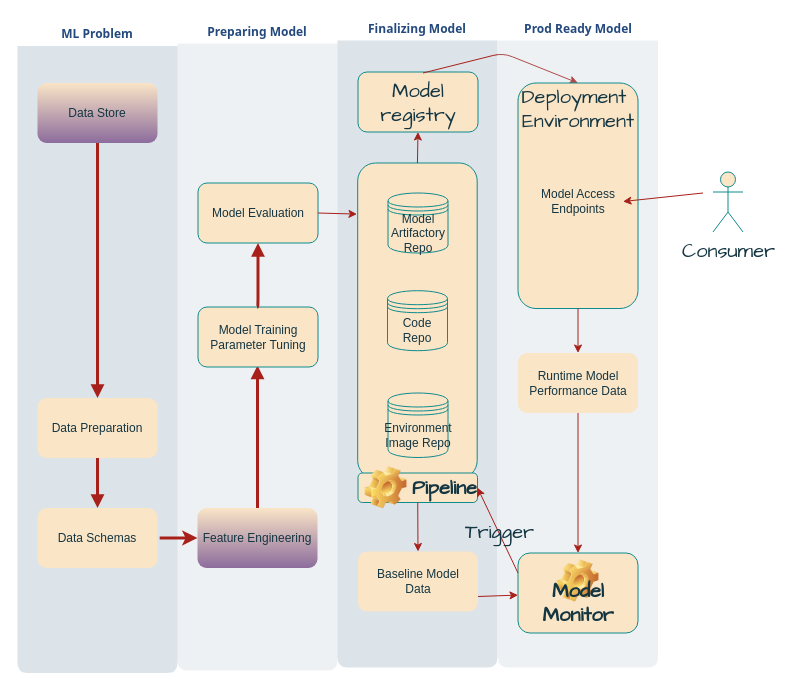
This is Untitled Diagram.drawio from SivaDorai/MLExperiments, a draw.io file, before an edit. Source tidied: cells renumbered, new cells numbered last; positions are measured from the earlier drawing's top-left corner, leaving out a move shared by most shapes. Both pictures are drawn from the tidied source at 100%, with x=0, y=0 at pixel (17, 17).
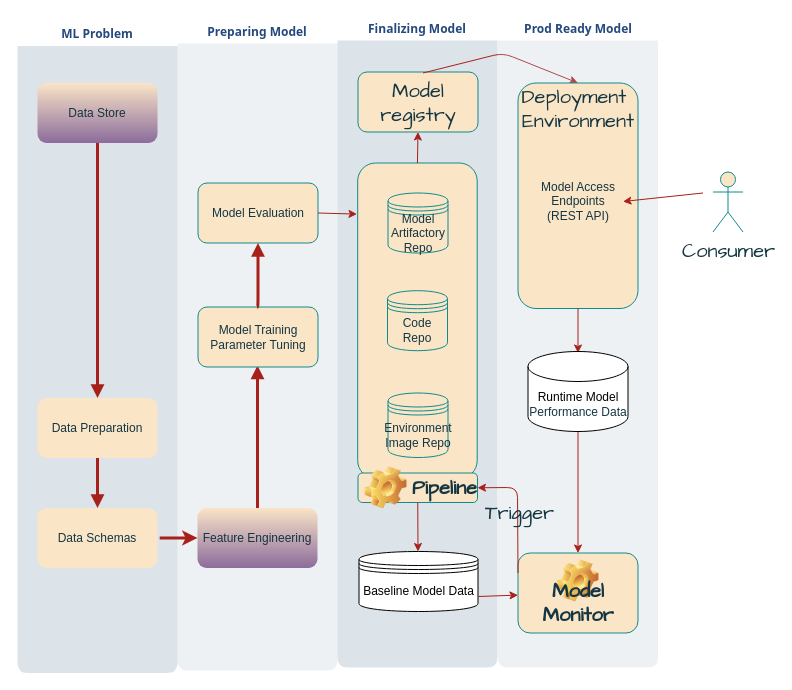
The same diagram, later.

Unchanged cells that the change refers to:
```xml
<mxCell id="8" value="&lt;font color=&quot;#23497d&quot;&gt;Finalizing Model&lt;/font&gt;" style="swimlane;whiteSpace=wrap;fillColor=none;swimlaneFillColor=#BAC8D3;fontColor=#143642;fontFamily=Tahoma;html=1;strokeColor=none;opacity=50;labelBackgroundColor=none;rounded=1;" parent="1" vertex="1">
  <mxGeometry x="320" width="160" height="650" as="geometry" />
</mxCell>
<mxCell id="15" value="Pipeline" style="label;whiteSpace=wrap;html=1;image=img/clipart/Gear_128x128.png;hachureGap=4;fontFamily=Architects Daughter;fontSize=20;labelBackgroundColor=none;fillColor=#FAE5C7;strokeColor=#0F8B8D;fontColor=#143642;" parent="8" vertex="1">
  <mxGeometry x="20.5" y="455.5" width="119.5" height="29.5" as="geometry" />
</mxCell>
<mxCell id="25" value="&lt;font color=&quot;#23497d&quot;&gt;Prod Ready Model&lt;/font&gt;" style="swimlane;whiteSpace=wrap;fillColor=none;swimlaneFillColor=#BAC8D3;fontColor=#143642;fontFamily=Tahoma;html=1;strokeColor=none;opacity=25;labelBackgroundColor=none;rounded=1;" parent="1" vertex="1">
  <mxGeometry x="480.5" width="160" height="650" as="geometry" />
</mxCell>
<mxCell id="27" style="rounded=1;whiteSpace=wrap;html=1;hachureGap=4;fontFamily=Architects Daughter;fontSize=20;labelBackgroundColor=none;fillColor=#FAE5C7;strokeColor=#0F8B8D;fontColor=#143642;" parent="25" vertex="1">
  <mxGeometry x="20" y="65.5" width="120" height="225.5" as="geometry" />
</mxCell>
<mxCell id="31" value="Model Monitor" style="label;whiteSpace=wrap;html=1;align=center;verticalAlign=bottom;spacingLeft=0;spacingBottom=4;imageAlign=center;imageVerticalAlign=top;image=img/clipart/Gear_128x128.png;hachureGap=4;fontFamily=Architects Daughter;fontSize=20;labelBackgroundColor=none;fillColor=#FAE5C7;strokeColor=#0F8B8D;fontColor=#143642;" parent="25" vertex="1">
  <mxGeometry x="20" y="535.5" width="120" height="80" as="geometry" />
</mxCell>
```

The edit, as a diff of the source:
```diff
@@
+    <mxCell id="18" style="endArrow=classic;html=1;rounded=1;hachureGap=4;fontFamily=Architects Daughter;fontSize=16;exitX=0.5;exitY=1;exitDx=0;exitDy=0;entryX=0.5;entryY=0;entryDx=0;entryDy=0;labelBackgroundColor=none;strokeColor=#A8201A;fontColor=default;" parent="8" edge="1" source="15">
+      <mxGeometry relative="1" as="geometry">
+        <mxPoint x="80.5" y="534" as="targetPoint" />
+      </mxGeometry>
+    </mxCell>
-    <mxCell id="17" value="Baseline Model Data" style="whiteSpace=wrap;strokeColor=none;fillColor=#FAE5C7;shadow=0;fontColor=#143642;fontFamily=Helvetica;fontStyle=0;html=1;fontSize=12;spacing=6;verticalAlign=middle;labelBackgroundColor=none;rounded=1;" parent="8" vertex="1">
-      <mxGeometry x="20.5" y="534" width="120" height="60" as="geometry" />
+    <mxCell id="17" value="Baseline Model Data" style="shape=datastore;whiteSpace=wrap;html=1;" parent="8" vertex="1">
+      <mxGeometry x="21.5" y="534" width="119" height="60" as="geometry" />
     </mxCell>
-    <mxCell id="18" style="endArrow=classic;html=1;rounded=1;hachureGap=4;fontFamily=Architects Daughter;fontSize=16;exitX=0.5;exitY=1;exitDx=0;exitDy=0;entryX=0.5;entryY=0;entryDx=0;entryDy=0;labelBackgroundColor=none;strokeColor=#A8201A;fontColor=default;" parent="8" edge="1" source="15" target="17">
-      <mxGeometry relative="1" as="geometry" />
-    </mxCell>
@@
-    <mxCell id="26" value="Runtime Model&lt;br&gt;Performance Data" style="whiteSpace=wrap;strokeColor=none;fillColor=#FAE5C7;shadow=0;fontColor=#143642;fontFamily=Helvetica;fontStyle=0;html=1;fontSize=12;spacing=6;verticalAlign=middle;labelBackgroundColor=none;rounded=1;" parent="25" vertex="1">
-      <mxGeometry x="20" y="335.5" width="120" height="60" as="geometry" />
-    </mxCell>
@@
-    <mxCell id="28" value="Model Access Endpoints" style="whiteSpace=wrap;strokeColor=none;fillColor=#FAE5C7;shadow=0;fontColor=#143642;fontFamily=Helvetica;fontStyle=0;html=1;fontSize=12;spacing=6;verticalAlign=middle;labelBackgroundColor=none;rounded=1;" parent="25" vertex="1">
+    <mxCell id="28" value="Model Access Endpoints&lt;br&gt;(REST API)" style="whiteSpace=wrap;strokeColor=none;fillColor=#FAE5C7;shadow=0;fontColor=#143642;fontFamily=Helvetica;fontStyle=0;html=1;fontSize=12;spacing=6;verticalAlign=middle;labelBackgroundColor=none;rounded=1;" parent="25" vertex="1">
       <mxGeometry x="35" y="159" width="90" height="50" as="geometry" />
     </mxCell>
@@
-    <mxCell id="30" style="endArrow=classic;html=1;rounded=1;hachureGap=4;fontFamily=Architects Daughter;fontSize=16;exitX=0.5;exitY=1;exitDx=0;exitDy=0;labelBackgroundColor=none;strokeColor=#A8201A;fontColor=default;" parent="25" edge="1" source="27" target="26">
-      <mxGeometry relative="1" as="geometry" />
+    <mxCell id="30" style="endArrow=classic;html=1;rounded=1;hachureGap=4;fontFamily=Architects Daughter;fontSize=16;exitX=0.5;exitY=1;exitDx=0;exitDy=0;labelBackgroundColor=none;strokeColor=#A8201A;fontColor=default;" parent="25" edge="1" source="27">
+      <mxGeometry relative="1" as="geometry">
+        <mxPoint x="80" y="335.5" as="targetPoint" />
+      </mxGeometry>
     </mxCell>
@@
-    <mxCell id="32" style="endArrow=classic;html=1;rounded=1;hachureGap=4;fontFamily=Architects Daughter;fontSize=16;exitX=0.5;exitY=1;exitDx=0;exitDy=0;entryX=0.5;entryY=0;entryDx=0;entryDy=0;labelBackgroundColor=none;strokeColor=#A8201A;fontColor=default;" parent="25" edge="1" source="26" target="31">
-      <mxGeometry relative="1" as="geometry" />
+    <mxCell id="32" style="endArrow=classic;html=1;rounded=1;hachureGap=4;fontFamily=Architects Daughter;fontSize=16;exitX=0.5;exitY=1;exitDx=0;exitDy=0;entryX=0.5;entryY=0;entryDx=0;entryDy=0;labelBackgroundColor=none;strokeColor=#A8201A;fontColor=default;" parent="25" edge="1" target="31">
+      <mxGeometry relative="1" as="geometry">
+        <mxPoint x="80" y="395.5" as="sourcePoint" />
+      </mxGeometry>
     </mxCell>
+    <mxCell id="26" value="Runtime Model&lt;br style=&quot;border-color: var(--border-color); color: rgb(20, 54, 66);&quot;&gt;&lt;span style=&quot;color: rgb(20, 54, 66);&quot;&gt;Performance Data&lt;/span&gt;" style="shape=cylinder3;whiteSpace=wrap;html=1;boundedLbl=1;backgroundOutline=1;size=15;" parent="25" vertex="1">
+      <mxGeometry x="30" y="334" width="100" height="80" as="geometry" />
+    </mxCell>
@@
     <mxCell id="35" style="endArrow=classic;html=1;rounded=1;hachureGap=4;fontFamily=Architects Daughter;fontSize=16;exitX=0;exitY=0.25;exitDx=0;exitDy=0;entryX=1;entryY=0.5;entryDx=0;entryDy=0;strokeColor=#A8201A;labelBackgroundColor=none;fontColor=default;" parent="1" edge="1" source="31" target="15">
-      <mxGeometry relative="1" as="geometry" />
+      <mxGeometry relative="1" as="geometry">
+        <Array as="points">
+          <mxPoint x="500" y="470" />
+        </Array>
+      </mxGeometry>
     </mxCell>
@@
-    <mxCell id="37" style="endArrow=classic;html=1;rounded=1;hachureGap=4;fontFamily=Architects Daughter;fontSize=16;exitX=1;exitY=0.75;exitDx=0;exitDy=0;labelBackgroundColor=none;strokeColor=#A8201A;fontColor=default;" parent="1" edge="1" source="17" target="31">
-      <mxGeometry relative="1" as="geometry" />
+    <mxCell id="37" style="endArrow=classic;html=1;rounded=1;hachureGap=4;fontFamily=Architects Daughter;fontSize=16;exitX=1;exitY=0.75;exitDx=0;exitDy=0;labelBackgroundColor=none;strokeColor=#A8201A;fontColor=default;" parent="1" edge="1" target="31">
+      <mxGeometry relative="1" as="geometry">
+        <mxPoint x="460.5" y="579" as="sourcePoint" />
+      </mxGeometry>
     </mxCell>
```
